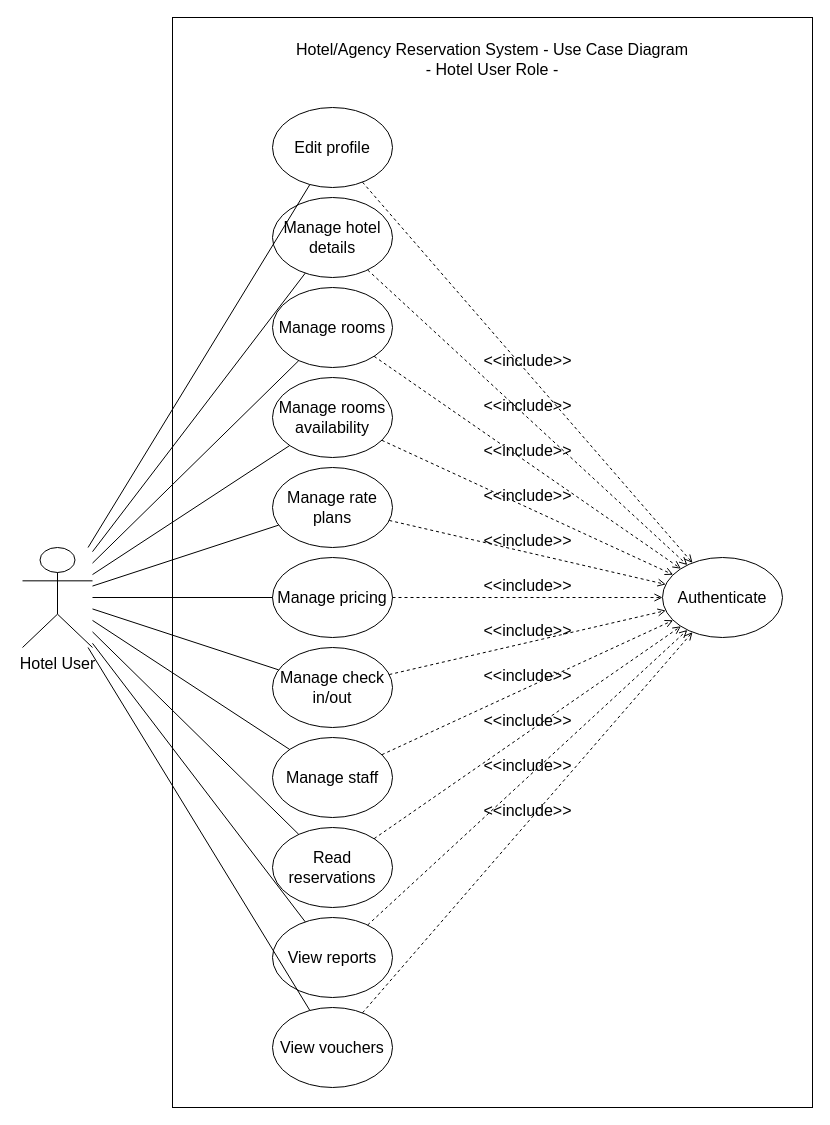
jawharhmidi02/resrvy_diagrams keeps this draw.io diagram as page "hotel" (2 of 4) of use_case_diagram.drawio. Above is the earlier version. Source tidied: cells renumbered, new cells numbered last; positions are measured from the earlier drawing's top-left corner, leaving out a move shared by most shapes. Both pictures are drawn from the tidied source at 100%, with x=0, y=0 at pixel (22, 17).
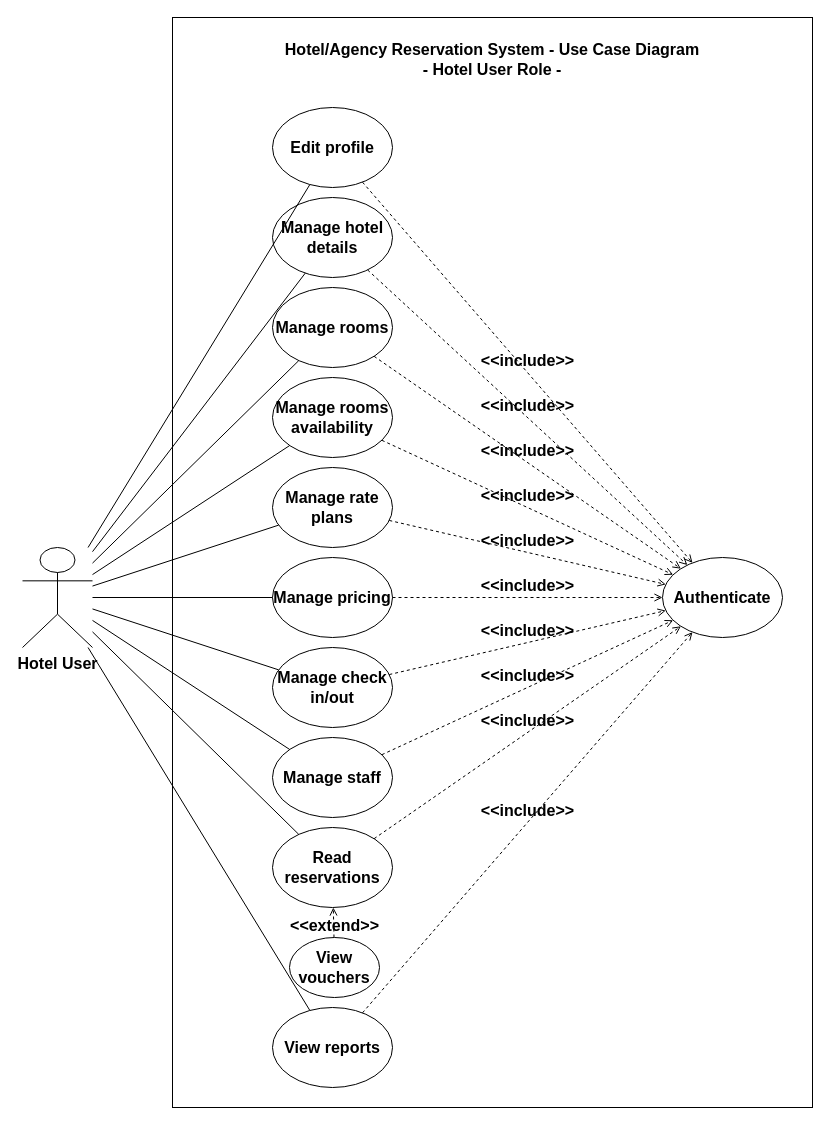
After the change.

What changed in the source:
```diff
@@
-    <mxCell id="2" style="rounded=0;whiteSpace=wrap;html=1;fontSize=16;" parent="1" vertex="1">
+    <mxCell id="2" style="rounded=0;whiteSpace=wrap;html=1;fontSize=16;fontStyle=1;" parent="1" vertex="1">
       <mxGeometry x="150" width="640" height="1090" as="geometry" />
     </mxCell>
-    <mxCell id="3" value="Manage hotel details" style="ellipse;whiteSpace=wrap;html=1;fontSize=16;" parent="1" vertex="1">
+    <mxCell id="3" value="Manage hotel details" style="ellipse;whiteSpace=wrap;html=1;fontSize=16;fontStyle=1;" parent="1" vertex="1">
       <mxGeometry x="250" y="180" width="120" height="80" as="geometry" />
     </mxCell>
-    <mxCell id="4" value="&lt;div&gt;Manage rooms&lt;/div&gt;" style="ellipse;whiteSpace=wrap;html=1;fontSize=16;" parent="1" vertex="1">
+    <mxCell id="4" value="&lt;div&gt;Manage rooms&lt;/div&gt;" style="ellipse;whiteSpace=wrap;html=1;fontSize=16;fontStyle=1;" parent="1" vertex="1">
       <mxGeometry x="250" y="270" width="120" height="80" as="geometry" />
     </mxCell>
-    <mxCell id="5" value="Manage rooms availability" style="ellipse;whiteSpace=wrap;html=1;fontSize=16;" parent="1" vertex="1">
+    <mxCell id="5" value="Manage rooms availability" style="ellipse;whiteSpace=wrap;html=1;fontSize=16;fontStyle=1;" parent="1" vertex="1">
       <mxGeometry x="250" y="360" width="120" height="80" as="geometry" />
     </mxCell>
-    <mxCell id="6" value="Manage pricing" style="ellipse;whiteSpace=wrap;html=1;fontSize=16;" parent="1" vertex="1">
+    <mxCell id="6" value="Manage pricing" style="ellipse;whiteSpace=wrap;html=1;fontSize=16;fontStyle=1;" parent="1" vertex="1">
       <mxGeometry x="250" y="540" width="120" height="80" as="geometry" />
     </mxCell>
-    <mxCell id="7" value="Manage check in/out" style="ellipse;whiteSpace=wrap;html=1;fontSize=16;" parent="1" vertex="1">
+    <mxCell id="7" value="Manage check in/out" style="ellipse;whiteSpace=wrap;html=1;fontSize=16;fontStyle=1;" parent="1" vertex="1">
       <mxGeometry x="250" y="630" width="120" height="80" as="geometry" />
     </mxCell>
-    <mxCell id="8" value="&lt;div&gt;Manage staff&lt;/div&gt;" style="ellipse;whiteSpace=wrap;html=1;fontSize=16;" parent="1" vertex="1">
+    <mxCell id="8" value="&lt;div&gt;Manage staff&lt;/div&gt;" style="ellipse;whiteSpace=wrap;html=1;fontSize=16;fontStyle=1;" parent="1" vertex="1">
       <mxGeometry x="250" y="720" width="120" height="80" as="geometry" />
     </mxCell>
-    <mxCell id="9" value="&lt;div&gt;View reports&lt;/div&gt;" style="ellipse;whiteSpace=wrap;html=1;fontSize=16;" parent="1" vertex="1">
-      <mxGeometry x="250" y="900" width="120" height="80" as="geometry" />
+    <mxCell id="9" value="&lt;div&gt;View reports&lt;/div&gt;" style="ellipse;whiteSpace=wrap;html=1;fontSize=16;fontStyle=1;" parent="1" vertex="1">
+      <mxGeometry x="250" y="990" width="120" height="80" as="geometry" />
     </mxCell>
-    <mxCell id="10" value="&lt;div&gt;Hotel User&lt;/div&gt;" style="shape=umlActor;verticalLabelPosition=bottom;verticalAlign=top;html=1;outlineConnect=0;fontSize=16;" parent="1" vertex="1">
+    <mxCell id="10" value="&lt;div&gt;Hotel User&lt;/div&gt;" style="shape=umlActor;verticalLabelPosition=bottom;verticalAlign=top;html=1;outlineConnect=0;fontSize=16;fontStyle=1;" parent="1" vertex="1">
       <mxGeometry y="530" width="70" height="100" as="geometry" />
     </mxCell>
-    <mxCell id="11" style="endArrow=none;html=1;rounded=0;fontSize=16;" parent="1" edge="1" source="10" target="3">
+    <mxCell id="11" style="endArrow=none;html=1;rounded=0;fontSize=16;fontStyle=1;" parent="1" edge="1" source="10" target="3">
       <mxGeometry relative="1" as="geometry" />
     </mxCell>
-    <mxCell id="12" style="endArrow=none;html=1;rounded=0;fontSize=16;" parent="1" edge="1" source="10" target="4">
+    <mxCell id="12" style="endArrow=none;html=1;rounded=0;fontSize=16;fontStyle=1;" parent="1" edge="1" source="10" target="4">
       <mxGeometry relative="1" as="geometry" />
     </mxCell>
-    <mxCell id="13" style="endArrow=none;html=1;rounded=0;fontSize=16;" parent="1" edge="1" source="10" target="5">
+    <mxCell id="13" style="endArrow=none;html=1;rounded=0;fontSize=16;fontStyle=1;" parent="1" edge="1" source="10" target="5">
       <mxGeometry relative="1" as="geometry" />
     </mxCell>
-    <mxCell id="14" style="endArrow=none;html=1;rounded=0;fontSize=16;" parent="1" edge="1" source="10" target="6">
+    <mxCell id="14" style="endArrow=none;html=1;rounded=0;fontSize=16;fontStyle=1;" parent="1" edge="1" source="10" target="6">
       <mxGeometry relative="1" as="geometry" />
     </mxCell>
-    <mxCell id="15" style="endArrow=none;html=1;rounded=0;fontSize=16;" parent="1" edge="1" source="10" target="7">
+    <mxCell id="15" style="endArrow=none;html=1;rounded=0;fontSize=16;fontStyle=1;" parent="1" edge="1" source="10" target="7">
       <mxGeometry relative="1" as="geometry" />
     </mxCell>
-    <mxCell id="16" style="endArrow=none;html=1;rounded=0;fontSize=16;" parent="1" edge="1" source="10" target="8">
+    <mxCell id="16" style="endArrow=none;html=1;rounded=0;fontSize=16;fontStyle=1;" parent="1" edge="1" source="10" target="8">
       <mxGeometry relative="1" as="geometry" />
     </mxCell>
-    <mxCell id="17" style="endArrow=none;html=1;rounded=0;fontSize=16;" parent="1" edge="1" source="10" target="9">
+    <mxCell id="17" style="endArrow=none;html=1;rounded=0;fontSize=16;fontStyle=1;" parent="1" edge="1" source="10" target="9">
       <mxGeometry relative="1" as="geometry" />
     </mxCell>
-    <mxCell id="18" value="Manage  rate plans" style="ellipse;whiteSpace=wrap;html=1;fontSize=16;" parent="1" vertex="1">
+    <mxCell id="18" value="Manage  rate plans" style="ellipse;whiteSpace=wrap;html=1;fontSize=16;fontStyle=1;" parent="1" vertex="1">
       <mxGeometry x="250" y="450" width="120" height="80" as="geometry" />
     </mxCell>
-    <mxCell id="19" style="endArrow=none;html=1;rounded=0;fontSize=16;" parent="1" edge="1" source="10" target="18">
+    <mxCell id="19" style="endArrow=none;html=1;rounded=0;fontSize=16;fontStyle=1;" parent="1" edge="1" source="10" target="18">
       <mxGeometry relative="1" as="geometry" />
     </mxCell>
-    <mxCell id="20" value="View vouchers" style="ellipse;whiteSpace=wrap;html=1;fontSize=16;" parent="1" vertex="1">
-      <mxGeometry x="250" y="990" width="120" height="80" as="geometry" />
+    <mxCell id="20" value="&lt;div&gt;View&lt;/div&gt;&lt;div&gt;vouchers&lt;/div&gt;" style="ellipse;whiteSpace=wrap;html=1;fontSize=16;fontStyle=1;" parent="1" vertex="1">
+      <mxGeometry x="267" y="920" width="90" height="60" as="geometry" />
     </mxCell>
-    <mxCell id="21" style="endArrow=none;html=1;rounded=0;fontSize=16;" parent="1" edge="1" source="10" target="20">
-      <mxGeometry relative="1" as="geometry" />
-    </mxCell>
-    <mxCell id="22" value="&lt;div&gt;&lt;font&gt;Hotel/Agency Reservation System - Use Case Diagram&lt;/font&gt;&lt;/div&gt;&lt;div&gt;&lt;font&gt;- Hotel User Role -&lt;/font&gt;&lt;/div&gt;" style="text;html=1;align=center;verticalAlign=middle;whiteSpace=wrap;rounded=0;fontSize=16;" parent="1" vertex="1">
+    <mxCell id="22" value="&lt;div&gt;&lt;font&gt;Hotel/Agency Reservation System - Use Case Diagram&lt;/font&gt;&lt;/div&gt;&lt;div&gt;&lt;font&gt;- Hotel User Role -&lt;/font&gt;&lt;/div&gt;" style="text;html=1;align=center;verticalAlign=middle;whiteSpace=wrap;rounded=0;fontSize=16;fontStyle=1;" parent="1" vertex="1">
       <mxGeometry x="150" y="10" width="640" height="63" as="geometry" />
     </mxCell>
-    <mxCell id="23" value="Authenticate" style="ellipse;whiteSpace=wrap;html=1;fontSize=16;" parent="1" vertex="1">
+    <mxCell id="23" value="Authenticate" style="ellipse;whiteSpace=wrap;html=1;fontSize=16;fontStyle=1;" parent="1" vertex="1">
       <mxGeometry x="640" y="540" width="120" height="80" as="geometry" />
     </mxCell>
-    <mxCell id="24" value="&amp;lt;&amp;lt;include&amp;gt;&amp;gt;" style="html=1;verticalAlign=bottom;labelBackgroundColor=none;endArrow=open;endFill=0;dashed=1;rounded=0;fontSize=16;" parent="1" edge="1" source="3" target="23">
+    <mxCell id="24" value="&amp;lt;&amp;lt;include&amp;gt;&amp;gt;" style="html=1;verticalAlign=bottom;labelBackgroundColor=none;endArrow=open;endFill=0;dashed=1;rounded=0;fontSize=16;fontStyle=1;" parent="1" edge="1" source="3" target="23">
       <mxGeometry relative="1" as="geometry" />
     </mxCell>
-    <mxCell id="25" value="&amp;lt;&amp;lt;include&amp;gt;&amp;gt;" style="html=1;verticalAlign=bottom;labelBackgroundColor=none;endArrow=open;endFill=0;dashed=1;rounded=0;fontSize=16;" parent="1" edge="1" source="4" target="23">
+    <mxCell id="25" value="&amp;lt;&amp;lt;include&amp;gt;&amp;gt;" style="html=1;verticalAlign=bottom;labelBackgroundColor=none;endArrow=open;endFill=0;dashed=1;rounded=0;fontSize=16;fontStyle=1;" parent="1" edge="1" source="4" target="23">
       <mxGeometry relative="1" as="geometry" />
     </mxCell>
-    <mxCell id="26" value="&amp;lt;&amp;lt;include&amp;gt;&amp;gt;" style="html=1;verticalAlign=bottom;labelBackgroundColor=none;endArrow=open;endFill=0;dashed=1;rounded=0;fontSize=16;" parent="1" edge="1" source="5" target="23">
+    <mxCell id="26" value="&amp;lt;&amp;lt;include&amp;gt;&amp;gt;" style="html=1;verticalAlign=bottom;labelBackgroundColor=none;endArrow=open;endFill=0;dashed=1;rounded=0;fontSize=16;fontStyle=1;" parent="1" edge="1" source="5" target="23">
       <mxGeometry relative="1" as="geometry" />
     </mxCell>
-    <mxCell id="27" value="&amp;lt;&amp;lt;include&amp;gt;&amp;gt;" style="html=1;verticalAlign=bottom;labelBackgroundColor=none;endArrow=open;endFill=0;dashed=1;rounded=0;fontSize=16;" parent="1" edge="1" source="18" target="23">
+    <mxCell id="27" value="&amp;lt;&amp;lt;include&amp;gt;&amp;gt;" style="html=1;verticalAlign=bottom;labelBackgroundColor=none;endArrow=open;endFill=0;dashed=1;rounded=0;fontSize=16;fontStyle=1;" parent="1" edge="1" source="18" target="23">
       <mxGeometry relative="1" as="geometry" />
     </mxCell>
-    <mxCell id="28" value="&amp;lt;&amp;lt;include&amp;gt;&amp;gt;" style="html=1;verticalAlign=bottom;labelBackgroundColor=none;endArrow=open;endFill=0;dashed=1;rounded=0;fontSize=16;" parent="1" edge="1" source="6" target="23">
+    <mxCell id="28" value="&amp;lt;&amp;lt;include&amp;gt;&amp;gt;" style="html=1;verticalAlign=bottom;labelBackgroundColor=none;endArrow=open;endFill=0;dashed=1;rounded=0;fontSize=16;fontStyle=1;" parent="1" edge="1" source="6" target="23">
       <mxGeometry relative="1" as="geometry" />
     </mxCell>
-    <mxCell id="29" value="&amp;lt;&amp;lt;include&amp;gt;&amp;gt;" style="html=1;verticalAlign=bottom;labelBackgroundColor=none;endArrow=open;endFill=0;dashed=1;rounded=0;fontSize=16;" parent="1" edge="1" source="7" target="23">
+    <mxCell id="29" value="&amp;lt;&amp;lt;include&amp;gt;&amp;gt;" style="html=1;verticalAlign=bottom;labelBackgroundColor=none;endArrow=open;endFill=0;dashed=1;rounded=0;fontSize=16;fontStyle=1;" parent="1" edge="1" source="7" target="23">
       <mxGeometry relative="1" as="geometry" />
     </mxCell>
-    <mxCell id="30" value="&amp;lt;&amp;lt;include&amp;gt;&amp;gt;" style="html=1;verticalAlign=bottom;labelBackgroundColor=none;endArrow=open;endFill=0;dashed=1;rounded=0;fontSize=16;" parent="1" edge="1" source="8" target="23">
+    <mxCell id="30" value="&amp;lt;&amp;lt;include&amp;gt;&amp;gt;" style="html=1;verticalAlign=bottom;labelBackgroundColor=none;endArrow=open;endFill=0;dashed=1;rounded=0;fontSize=16;fontStyle=1;" parent="1" edge="1" source="8" target="23">
       <mxGeometry relative="1" as="geometry" />
     </mxCell>
-    <mxCell id="31" value="&amp;lt;&amp;lt;include&amp;gt;&amp;gt;" style="html=1;verticalAlign=bottom;labelBackgroundColor=none;endArrow=open;endFill=0;dashed=1;rounded=0;fontSize=16;" parent="1" edge="1" source="9" target="23">
+    <mxCell id="31" value="&amp;lt;&amp;lt;include&amp;gt;&amp;gt;" style="html=1;verticalAlign=bottom;labelBackgroundColor=none;endArrow=open;endFill=0;dashed=1;rounded=0;fontSize=16;fontStyle=1;" parent="1" edge="1" source="9" target="23">
       <mxGeometry relative="1" as="geometry" />
     </mxCell>
-    <mxCell id="32" value="&amp;lt;&amp;lt;include&amp;gt;&amp;gt;" style="html=1;verticalAlign=bottom;labelBackgroundColor=none;endArrow=open;endFill=0;dashed=1;rounded=0;fontSize=16;" parent="1" edge="1" source="20" target="23">
-      <mxGeometry relative="1" as="geometry" />
-    </mxCell>
-    <mxCell id="33" value="Read reservations" style="ellipse;whiteSpace=wrap;html=1;fontSize=16;" parent="1" vertex="1">
+    <mxCell id="33" value="Read reservations" style="ellipse;whiteSpace=wrap;html=1;fontSize=16;fontStyle=1;" parent="1" vertex="1">
       <mxGeometry x="250" y="810" width="120" height="80" as="geometry" />
     </mxCell>
-    <mxCell id="34" value="&amp;lt;&amp;lt;include&amp;gt;&amp;gt;" style="html=1;verticalAlign=bottom;labelBackgroundColor=none;endArrow=open;endFill=0;dashed=1;rounded=0;fontSize=16;" parent="1" edge="1" source="33" target="23">
+    <mxCell id="34" value="&amp;lt;&amp;lt;include&amp;gt;&amp;gt;" style="html=1;verticalAlign=bottom;labelBackgroundColor=none;endArrow=open;endFill=0;dashed=1;rounded=0;fontSize=16;fontStyle=1;" parent="1" edge="1" source="33" target="23">
       <mxGeometry relative="1" as="geometry" />
     </mxCell>
-    <mxCell id="35" style="endArrow=none;html=1;rounded=0;fontSize=16;" parent="1" edge="1" source="10" target="33">
+    <mxCell id="35" style="endArrow=none;html=1;rounded=0;fontSize=16;fontStyle=1;" parent="1" edge="1" source="10" target="33">
       <mxGeometry relative="1" as="geometry" />
     </mxCell>
-    <mxCell id="36" value="Edit profile" style="ellipse;whiteSpace=wrap;html=1;fontSize=16;" parent="1" vertex="1">
+    <mxCell id="36" value="Edit profile" style="ellipse;whiteSpace=wrap;html=1;fontSize=16;fontStyle=1;" parent="1" vertex="1">
       <mxGeometry x="250" y="90" width="120" height="80" as="geometry" />
     </mxCell>
-    <mxCell id="37" value="&amp;lt;&amp;lt;include&amp;gt;&amp;gt;" style="html=1;verticalAlign=bottom;labelBackgroundColor=none;endArrow=open;endFill=0;dashed=1;rounded=0;fontSize=16;" parent="1" edge="1" source="36" target="23">
+    <mxCell id="37" value="&amp;lt;&amp;lt;include&amp;gt;&amp;gt;" style="html=1;verticalAlign=bottom;labelBackgroundColor=none;endArrow=open;endFill=0;dashed=1;rounded=0;fontSize=16;fontStyle=1;" parent="1" edge="1" source="36" target="23">
       <mxGeometry relative="1" as="geometry" />
     </mxCell>
-    <mxCell id="38" style="endArrow=none;html=1;rounded=0;fontSize=16;" parent="1" edge="1" source="10" target="36">
+    <mxCell id="38" style="endArrow=none;html=1;rounded=0;fontSize=16;fontStyle=1;" parent="1" edge="1" source="10" target="36">
       <mxGeometry relative="1" as="geometry" />
     </mxCell>
+    <mxCell id="39" value="&amp;lt;&amp;lt;extend&amp;gt;&amp;gt;" style="html=1;verticalAlign=bottom;labelBackgroundColor=none;endArrow=open;endFill=0;dashed=1;rounded=0;fontStyle=1;fontSize=16;" parent="1" edge="1" source="20" target="33">
+      <mxGeometry x="-1" relative="1" as="geometry" />
+    </mxCell>
```
